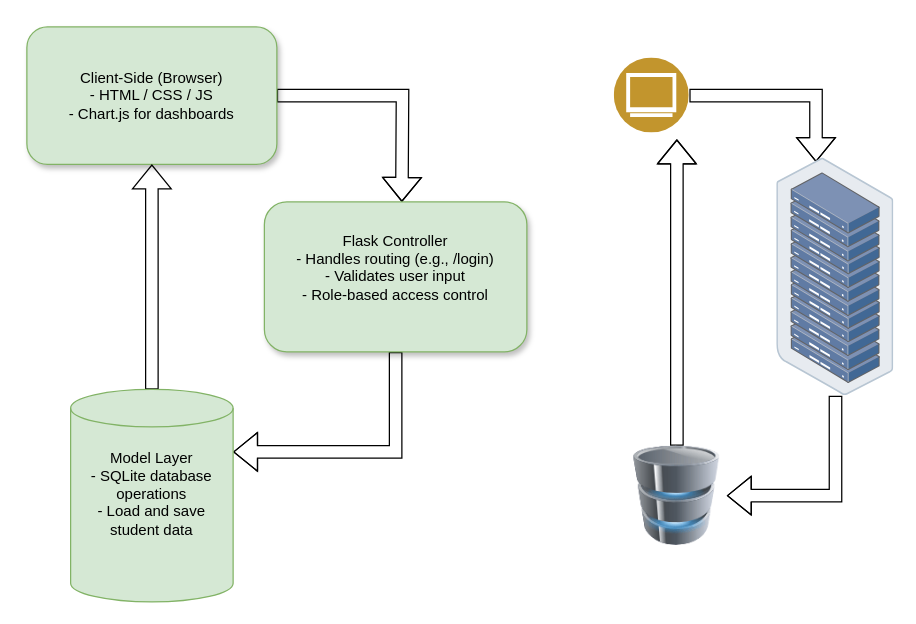
Before: page "Page-1" (1 of 3) of Untitled Diagram.drawio in BhanuTeja76/DBS, a draw.io diagram. Source tidied: cells renumbered, new cells numbered last; positions are measured from the earlier drawing's top-left corner, leaving out a move shared by most shapes. Both pictures are drawn from the tidied source at 125%, with x=0, y=0 at pixel (26, 26).
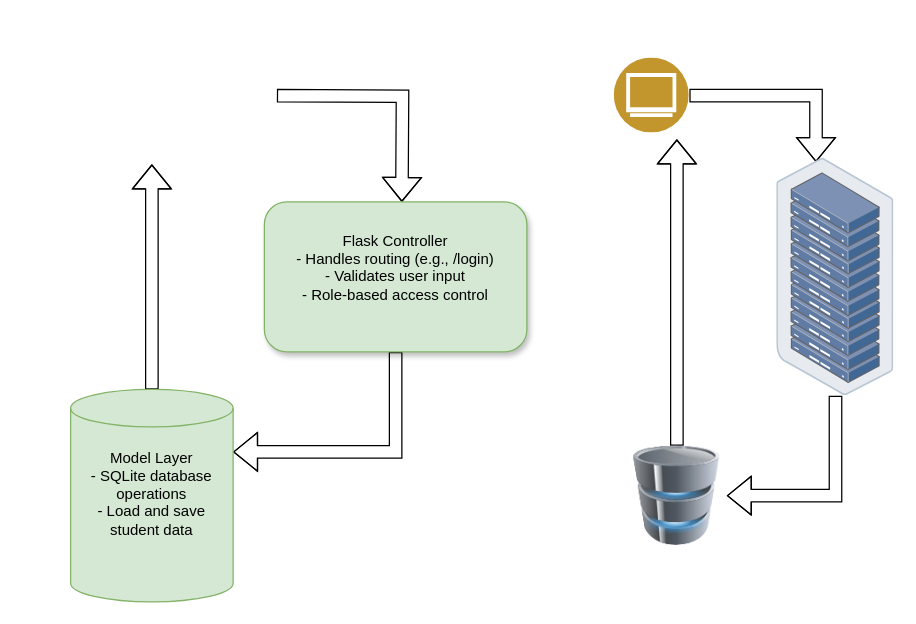
After the change.

Commit message:
network Architecture Diagram

Change to the diagram source:
```diff
@@
 <mxGraphModel>
   <root>
     <mxCell id="0" />
     <mxCell id="1" parent="0" />
-    <mxCell id="2" style="edgeStyle=orthogonalEdgeStyle;shape=flexArrow;rounded=0;jettySize=auto;html=1;" parent="1" edge="1" source="3">
+    <mxCell id="2" style="edgeStyle=orthogonalEdgeStyle;shape=flexArrow;rounded=0;orthogonalLoop=1;jettySize=auto;html=1;" parent="1" edge="1">
       <mxGeometry relative="1" as="geometry">
+        <mxPoint x="200" y="55" as="sourcePoint" />
         <mxPoint x="300" y="140" as="targetPoint" />
       </mxGeometry>
     </mxCell>
-    <mxCell id="3" value="&lt;div&gt;&lt;br&gt;&lt;br&gt;Client-Side (Browser)&lt;/div&gt;&lt;div&gt;- HTML / CSS / JS&lt;/div&gt;&lt;div&gt;- Chart.js for dashboards&lt;/div&gt;&lt;div&gt;&lt;br&gt;&lt;/div&gt;&lt;div&gt;&lt;br&gt;&lt;/div&gt;" style="rounded=1;whiteSpace=wrap;html=1;fillColor=#d5e8d4;strokeColor=#82b366;shadow=1;glass=0;" parent="1" vertex="1">
-      <mxGeometry width="200" height="110" as="geometry" />
-    </mxCell>
     <mxCell id="4" style="edgeStyle=orthogonalEdgeStyle;shape=flexArrow;rounded=0;jettySize=auto;html=1;entryX=1;entryY=0;entryDx=0;entryDy=50;entryPerimeter=0;" parent="1" edge="1" source="5" target="7">
       <mxGeometry relative="1" as="geometry">
         <Array as="points">
           <mxPoint x="295" y="340" />
         </Array>
       </mxGeometry>
     </mxCell>
     <mxCell id="5" value="&lt;div&gt;Flask Controller&lt;/div&gt;&lt;div&gt;- Handles routing (e.g., /login)&lt;/div&gt;&lt;div&gt;- Validates user input&lt;/div&gt;&lt;div&gt;- Role-based access control&lt;/div&gt;&lt;div&gt;&lt;br&gt;&lt;/div&gt;" style="rounded=1;whiteSpace=wrap;html=1;fillColor=#d5e8d4;strokeColor=#82b366;align=center;shadow=1;" parent="1" vertex="1">
       <mxGeometry x="190" y="140" width="210" height="120" as="geometry" />
     </mxCell>
-    <mxCell id="6" style="edgeStyle=orthogonalEdgeStyle;shape=flexArrow;rounded=0;jettySize=auto;html=1;entryX=0.5;entryY=1;entryDx=0;entryDy=0;" parent="1" edge="1" source="7" target="3">
-      <mxGeometry relative="1" as="geometry" />
+    <mxCell id="6" style="edgeStyle=orthogonalEdgeStyle;shape=flexArrow;rounded=0;jettySize=auto;html=1;entryX=0.5;entryY=1;entryDx=0;entryDy=0;" parent="1" edge="1" source="7">
+      <mxGeometry relative="1" as="geometry">
+        <mxPoint x="100" y="110" as="targetPoint" />
+      </mxGeometry>
     </mxCell>
     <mxCell id="7" value="&lt;div&gt;Model Layer&lt;/div&gt;&lt;div&gt;- SQLite database operations&lt;/div&gt;&lt;div&gt;- Load and save student data&lt;/div&gt;&lt;div&gt;&lt;br&gt;&lt;/div&gt;&lt;div&gt;&lt;br&gt;&lt;/div&gt;" style="shape=cylinder3;whiteSpace=wrap;html=1;boundedLbl=1;backgroundOutline=1;size=15;fillColor=#d5e8d4;strokeColor=#82b366;shadow=0;" parent="1" vertex="1">
       <mxGeometry x="35" y="290" width="130" height="170" as="geometry" />
     </mxCell>
     <mxCell id="8" style="edgeStyle=orthogonalEdgeStyle;shape=flexArrow;rounded=0;jettySize=auto;html=1;entryX=0.334;entryY=0.016;entryDx=0;entryDy=0;entryPerimeter=0;" parent="1" edge="1" source="9" target="11">
       <mxGeometry relative="1" as="geometry" />
     </mxCell>
     <mxCell id="9" style="image;perimeter=ellipsePerimeter;html=1;align=center;shadow=0;dashed=0;fontColor=#4277BB;labelBackgroundColor=default;fontSize=12;spacingTop=3;image=img/lib/ibm/users/browser.svg;" parent="1" vertex="1">
       <mxGeometry x="470" y="25" width="60" height="60" as="geometry" />
     </mxCell>
     <mxCell id="10" style="edgeStyle=orthogonalEdgeStyle;shape=flexArrow;rounded=0;jettySize=auto;html=1;entryX=1;entryY=0.5;entryDx=0;entryDy=0;" parent="1" edge="1" source="11" target="13">
       <mxGeometry relative="1" as="geometry">
         <Array as="points">
           <mxPoint x="647" y="375" />
         </Array>
       </mxGeometry>
     </mxCell>
     <mxCell id="11" style="image;points=[];html=1;align=center;shadow=0;dashed=0;image=img/lib/allied_telesis/storage/Datacenter_Server_Rack.svg;" parent="1" vertex="1">
       <mxGeometry x="600" y="105" width="93.7" height="190" as="geometry" />
     </mxCell>
     <mxCell id="12" style="edgeStyle=orthogonalEdgeStyle;shape=flexArrow;rounded=0;jettySize=auto;html=1;" parent="1" edge="1" source="13">
       <mxGeometry relative="1" as="geometry">
         <mxPoint x="520" y="90" as="targetPoint" />
       </mxGeometry>
     </mxCell>
     <mxCell id="13" style="image;html=1;image=img/lib/clip_art/computers/Database_128x128.png;" parent="1" vertex="1">
       <mxGeometry x="480" y="335" width="80" height="80" as="geometry" />
     </mxCell>
   </root>
 </mxGraphModel>
```
